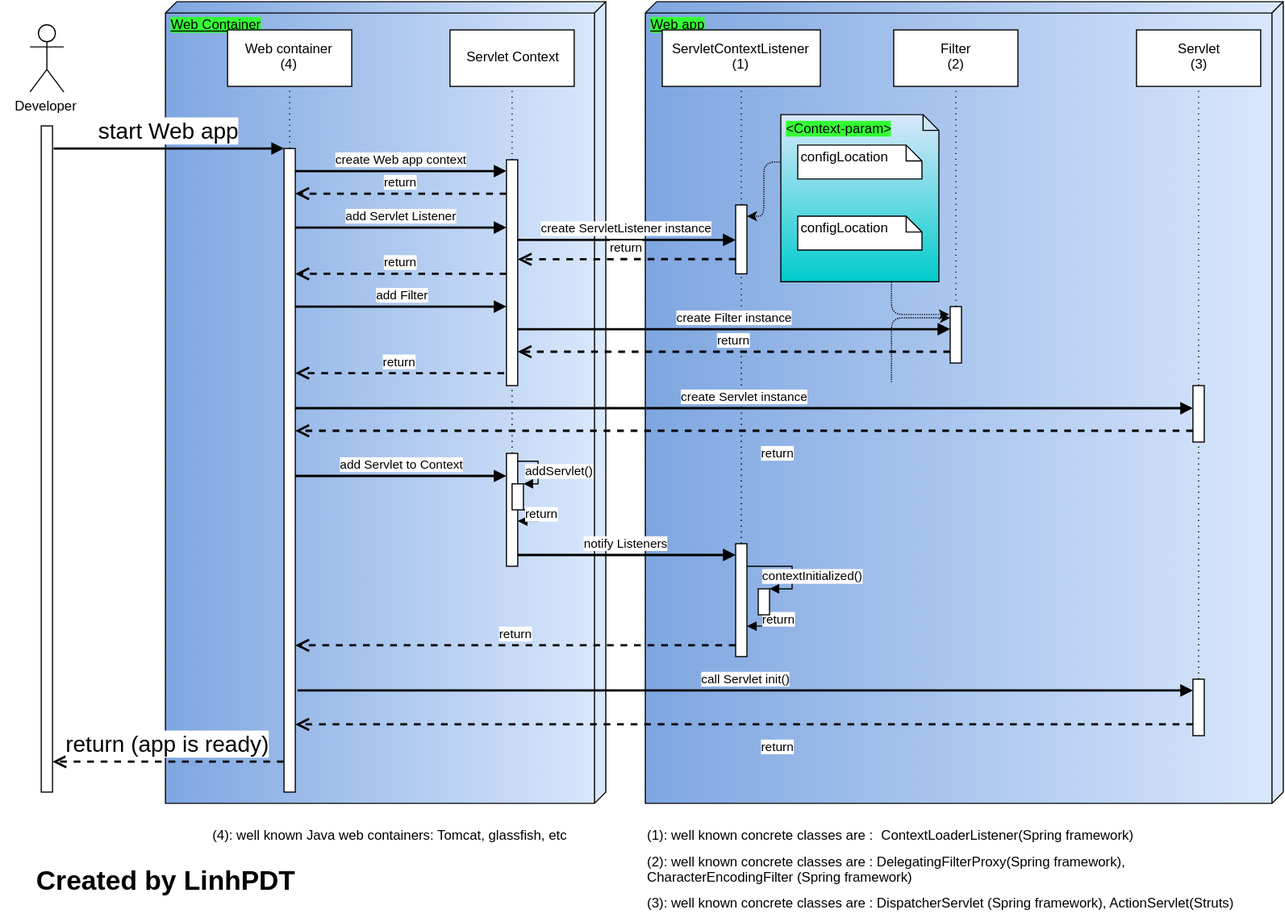
phanduytunglinh/PersonalKnowledge keeps this draw.io diagram as Servlet loading diagram.svg. Above is the earlier version. Source tidied: cells renumbered, new cells last; positions are measured from the earlier drawing's top-left corner, leaving out a move shared by most shapes.
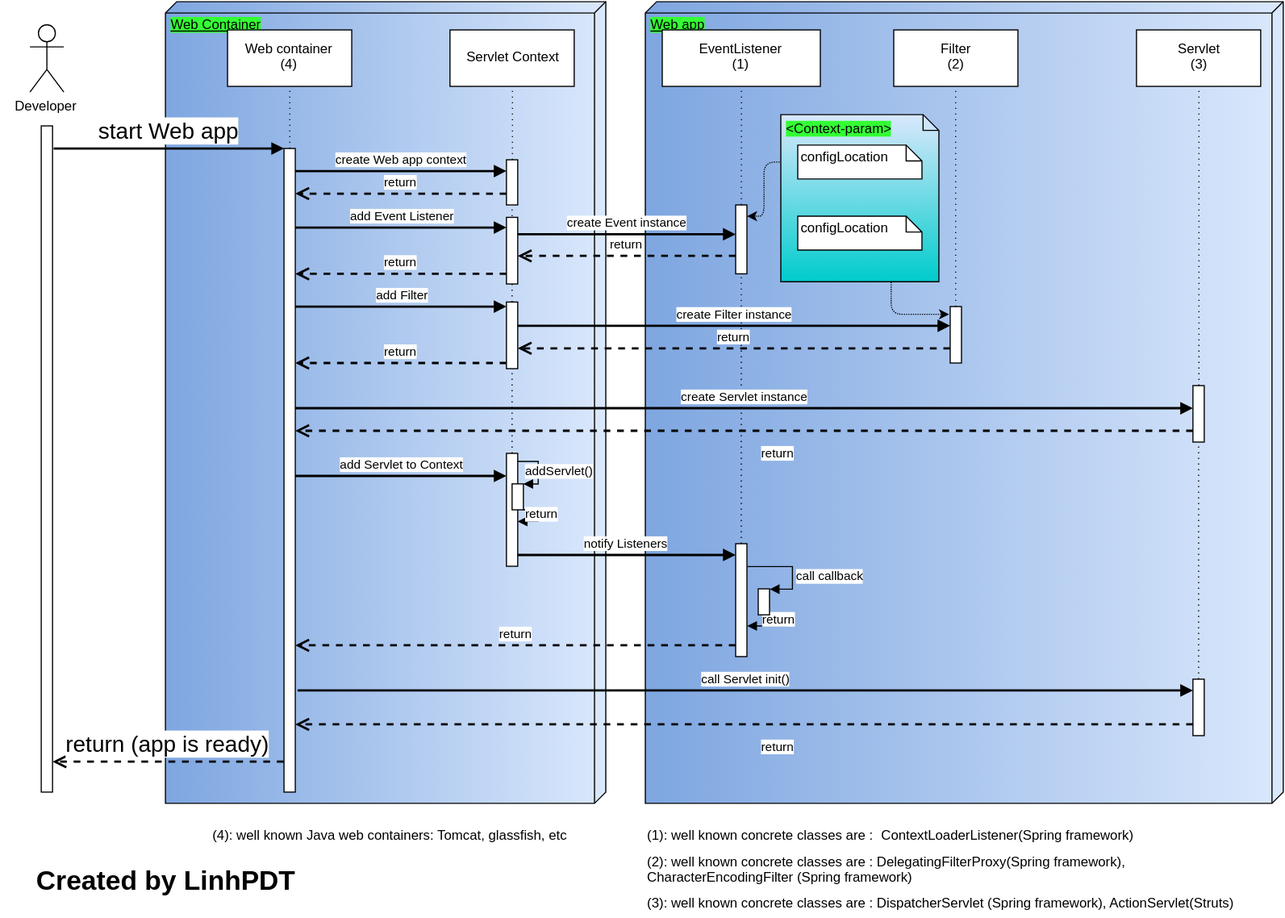
Later version of the same file.

Diff of the diagram source:
```diff
@@ -20,7 +20,7 @@
     <mxCell id="7" value="Servlet Context&lt;br&gt;" style="html=1;" parent="1" vertex="1">
       <mxGeometry x="397" y="25" width="110" height="50" as="geometry" />
     </mxCell>
-    <mxCell id="8" value="ServletContextListener&lt;br&gt;(1)&lt;br&gt;" style="html=1;" parent="1" vertex="1">
+    <mxCell id="8" value="EventListener&lt;br&gt;(1)&lt;br&gt;" style="html=1;" parent="1" vertex="1">
       <mxGeometry x="585" y="25" width="140" height="50" as="geometry" />
     </mxCell>
     <mxCell id="9" value="Filter&lt;br&gt;(2)&lt;br&gt;" style="html=1;" parent="1" vertex="1">
@@ -53,7 +53,7 @@
       <mxGeometry x="467" y="-745" as="geometry" />
     </mxCell>
     <mxCell id="17" style="html=1;points=[];perimeter=orthogonalPerimeter;" parent="1" vertex="1">
-      <mxGeometry x="447" y="140" width="10" height="200" as="geometry" />
+      <mxGeometry x="447" y="140" width="10" height="40" as="geometry" />
     </mxCell>
     <mxCell id="18" value="create Web app context&lt;br&gt;" style="html=1;verticalAlign=bottom;endArrow=block;strokeWidth=2;" parent="1" edge="1" target="17">
       <mxGeometry x="275" y="-670" as="geometry">
@@ -67,7 +67,7 @@
         </Array>
       </mxGeometry>
     </mxCell>
-    <mxCell id="20" value="add Servlet Listener&lt;br&gt;" style="html=1;verticalAlign=bottom;endArrow=block;strokeWidth=2;" parent="1" edge="1" target="17">
+    <mxCell id="20" value="add Event Listener&lt;br&gt;" style="html=1;verticalAlign=bottom;endArrow=block;strokeWidth=2;" parent="1" edge="1" target="66">
       <mxGeometry x="275" y="-620" as="geometry">
         <mxPoint x="260" y="200" as="sourcePoint" />
       </mxGeometry>
@@ -80,16 +80,12 @@
     <mxCell id="22" style="html=1;points=[];perimeter=orthogonalPerimeter;" parent="1" vertex="1">
       <mxGeometry x="650" y="180" width="10" height="61" as="geometry" />
     </mxCell>
-    <mxCell id="23" value="create ServletListener instance&lt;br&gt;" style="html=1;verticalAlign=bottom;endArrow=block;strokeWidth=2;" parent="1" edge="1" target="22">
-      <mxGeometry x="472" y="-609" as="geometry">
-        <mxPoint x="457" y="211" as="sourcePoint" />
-      </mxGeometry>
-    </mxCell>
-    <mxCell id="24" value="return" style="html=1;verticalAlign=bottom;endArrow=open;dashed=1;endSize=8;strokeWidth=2;" parent="1" edge="1" source="22">
-      <mxGeometry x="472" y="-592" as="geometry">
-        <mxPoint x="457" y="228.1" as="targetPoint" />
+    <mxCell id="24" value="return" style="html=1;verticalAlign=bottom;endArrow=open;dashed=1;endSize=8;strokeWidth=2;" parent="1" edge="1">
+      <mxGeometry x="472" y="-595" as="geometry">
+        <mxPoint x="650" y="225" as="sourcePoint" />
+        <mxPoint x="457" y="225.1" as="targetPoint" />
         <Array as="points">
-          <mxPoint x="565" y="228" />
+          <mxPoint x="565" y="225" />
         </Array>
       </mxGeometry>
     </mxCell>
@@ -104,39 +100,36 @@
     <mxCell id="26" style="html=1;points=[];perimeter=orthogonalPerimeter;" parent="1" vertex="1">
       <mxGeometry x="840" y="270" width="10" height="50" as="geometry" />
     </mxCell>
-    <mxCell id="27" style="edgeStyle=segmentEdgeStyle;endArrow=classic;html=1;strokeWidth=1;dashed=1;dashPattern=1 1;exitX=0.75;exitY=1;" parent="1" edge="1" target="26">
-      <mxGeometry x="803" y="-540" as="geometry">
-        <mxPoint x="788" y="337" as="sourcePoint" />
-        <Array as="points">
-          <mxPoint x="788" y="280" />
-        </Array>
-      </mxGeometry>
-    </mxCell>
-    <mxCell id="28" value="create Filter instance&lt;br&gt;" style="html=1;verticalAlign=bottom;endArrow=block;strokeWidth=2;" parent="1" edge="1" source="17" target="26">
-      <mxGeometry x="472" y="-530" as="geometry">
+    <mxCell id="28" value="create Filter instance&lt;br&gt;" style="html=1;verticalAlign=bottom;endArrow=block;strokeWidth=2;" parent="1" edge="1">
+      <mxGeometry x="472" y="-533" as="geometry">
+        <mxPoint x="457" y="287" as="sourcePoint" />
+        <mxPoint x="840" y="287" as="targetPoint" />
         <Array as="points">
-          <mxPoint x="755" y="290" />
+          <mxPoint x="755" y="287" />
         </Array>
       </mxGeometry>
     </mxCell>
-    <mxCell id="29" value="return" style="html=1;verticalAlign=bottom;endArrow=open;dashed=1;endSize=8;strokeWidth=2;" parent="1" edge="1" source="26" target="17">
-      <mxGeometry x="472" y="-510" as="geometry">
+    <mxCell id="29" value="return" style="html=1;verticalAlign=bottom;endArrow=open;dashed=1;endSize=8;strokeWidth=2;" parent="1" edge="1">
+      <mxGeometry x="472" y="-513" as="geometry">
+        <mxPoint x="840" y="307" as="sourcePoint" />
+        <mxPoint x="457" y="307" as="targetPoint" />
         <Array as="points">
-          <mxPoint x="575" y="310" />
+          <mxPoint x="575" y="307" />
         </Array>
       </mxGeometry>
     </mxCell>
     <mxCell id="30" style="endArrow=none;dashed=1;html=1;strokeWidth=1;entryX=0.5;entryY=1;dashPattern=1 4;" parent="1" edge="1" source="26" target="9">
       <mxGeometry x="860" y="-745" as="geometry" />
     </mxCell>
-    <mxCell id="31" value="add Filter&lt;br&gt;" style="html=1;verticalAlign=bottom;endArrow=block;strokeWidth=2;" parent="1" edge="1">
+    <mxCell id="31" value="add Filter&lt;br&gt;" style="html=1;verticalAlign=bottom;endArrow=block;strokeWidth=2;" parent="1" edge="1" target="67">
       <mxGeometry x="275" y="-550" as="geometry">
         <mxPoint x="260" y="270" as="sourcePoint" />
-        <mxPoint x="447" y="270" as="targetPoint" />
       </mxGeometry>
     </mxCell>
-    <mxCell id="32" value="return" style="html=1;verticalAlign=bottom;endArrow=open;dashed=1;endSize=8;strokeWidth=2;exitX=-0.2;exitY=0.947;exitPerimeter=0;" parent="1" edge="1" source="17" target="11">
-      <mxGeometry x="275" y="-491" as="geometry" />
+    <mxCell id="32" value="return" style="html=1;verticalAlign=bottom;endArrow=open;dashed=1;endSize=8;strokeWidth=2;" parent="1" edge="1" source="67">
+      <mxGeometry x="275" y="-500" as="geometry">
+        <mxPoint x="260" y="320" as="targetPoint" />
+      </mxGeometry>
     </mxCell>
     <mxCell id="33" value="return" style="html=1;verticalAlign=bottom;endArrow=open;dashed=1;endSize=8;strokeWidth=2;" parent="1" edge="1">
       <mxGeometry x="275" y="-579" as="geometry">
@@ -175,8 +168,10 @@
         </Array>
       </mxGeometry>
     </mxCell>
-    <mxCell id="40" style="endArrow=none;dashed=1;html=1;strokeWidth=1;dashPattern=1 4;" parent="1" edge="1" source="38" target="17">
-      <mxGeometry x="467" y="-480" as="geometry" />
+    <mxCell id="40" style="endArrow=none;dashed=1;html=1;strokeWidth=1;dashPattern=1 4;" parent="1" edge="1" target="17">
+      <mxGeometry x="467" y="-480" as="geometry">
+        <mxPoint x="452" y="190" as="sourcePoint" />
+      </mxGeometry>
     </mxCell>
     <mxCell id="41" style="html=1;points=[];perimeter=orthogonalPerimeter;strokeWidth=1;align=right;" parent="1" vertex="1">
       <mxGeometry x="452" y="427" width="10" height="23" as="geometry" />
@@ -220,13 +215,14 @@
     <mxCell id="47" style="html=1;points=[];perimeter=orthogonalPerimeter;strokeWidth=1;align=right;" parent="1" vertex="1">
       <mxGeometry x="670" y="520" width="10" height="23" as="geometry" />
     </mxCell>
-    <mxCell id="48" value="contextInitialized()&lt;br&gt;" style="edgeStyle=orthogonalEdgeStyle;html=1;align=left;spacingLeft=2;endArrow=block;rounded=0;entryX=1;entryY=0;strokeWidth=1;" parent="1" edge="1" target="47">
-      <mxGeometry x="675" y="-320" as="geometry">
+    <mxCell id="48" value="call callback&lt;br&gt;" style="edgeStyle=orthogonalEdgeStyle;html=1;align=left;spacingLeft=2;endArrow=block;rounded=0;entryX=1;entryY=0;strokeWidth=1;" parent="1" edge="1" target="47">
+      <mxGeometry as="geometry">
         <mxPoint x="660" y="500" as="sourcePoint" />
         <Array as="points">
           <mxPoint x="700" y="500" />
           <mxPoint x="700" y="520" />
         </Array>
+        <mxPoint x="30" as="offset" />
       </mxGeometry>
     </mxCell>
     <mxCell id="49" value="return" style="html=1;verticalAlign=bottom;endArrow=open;dashed=1;endSize=8;strokeWidth=2;" parent="1" edge="1" source="44" target="11">
@@ -300,5 +296,23 @@
     <mxCell id="65" value="(3): well known concrete classes are : DispatcherServlet (Spring framework), ActionServlet(Struts)&lt;b&gt;&lt;br&gt;&lt;/b&gt;" style="text;strokeColor=none;fillColor=none;align=left;verticalAlign=middle;overflow=hidden;rounded=0;shadow=0;glass=1;comic=0;labelBackgroundColor=none;fontSize=12;html=1;" parent="1" vertex="1">
       <mxGeometry x="570" y="790" width="555" height="20" as="geometry" />
     </mxCell>
+    <mxCell id="66" style="html=1;points=[];perimeter=orthogonalPerimeter;" parent="1" vertex="1">
+      <mxGeometry x="447" y="191" width="10" height="59" as="geometry" />
+    </mxCell>
+    <mxCell id="23" value="create Event instance&lt;br&gt;" style="html=1;verticalAlign=bottom;endArrow=block;strokeWidth=2;" parent="1" edge="1">
+      <mxGeometry x="472" y="-614" as="geometry">
+        <mxPoint x="457" y="206" as="sourcePoint" />
+        <mxPoint x="650" y="206" as="targetPoint" />
+      </mxGeometry>
+    </mxCell>
+    <mxCell id="67" style="html=1;points=[];perimeter=orthogonalPerimeter;" parent="1" vertex="1">
+      <mxGeometry x="447" y="266" width="10" height="59" as="geometry" />
+    </mxCell>
+    <mxCell id="68" style="endArrow=none;dashed=1;html=1;strokeWidth=1;dashPattern=1 4;" parent="1" edge="1" source="67" target="66">
+      <mxGeometry x="467" y="-404" as="geometry" />
+    </mxCell>
+    <mxCell id="69" style="endArrow=none;dashed=1;html=1;strokeWidth=1;dashPattern=1 4;" parent="1" edge="1" source="38" target="67">
+      <mxGeometry x="467" y="-314" as="geometry" />
+    </mxCell>
   </root>
 </mxGraphModel>
```
